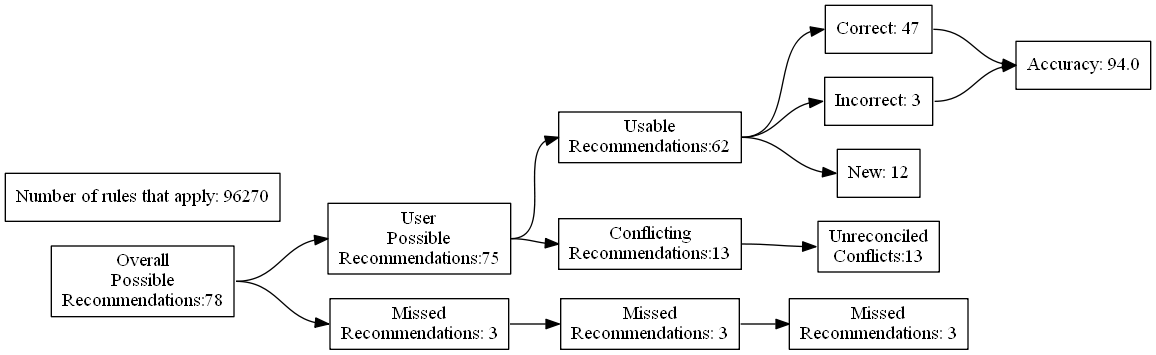
Above: test_renders/112.gv.png in ZaxR/ibd_diet_analysis (Graphviz), before the change. Its source is kept beside it as test_renders/112.gv.
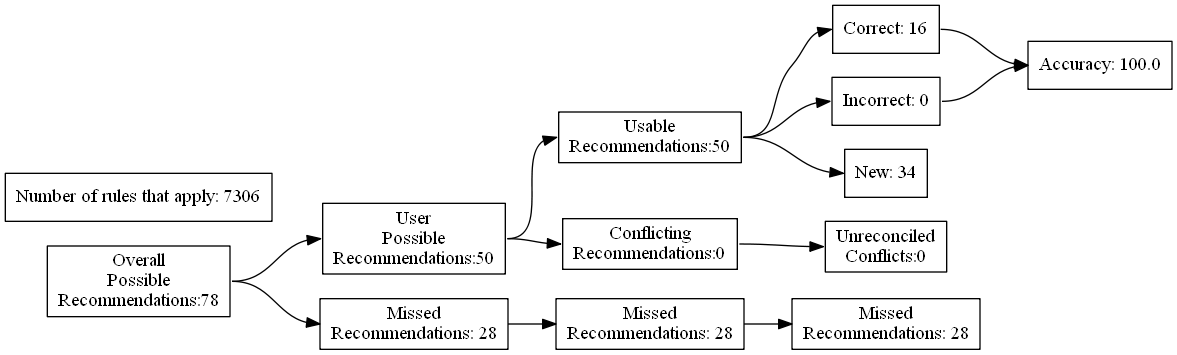
Later version of the same file.

Change to the diagram source:
```diff
@@ -7,24 +7,24 @@
 Recommendations:78"]
 		B [label="User
 Possible
-Recommendations:75"]
+Recommendations:50"]
 		C [label="Missed
-Recommendations: 3"]
+Recommendations: 28"]
 		D [label="Usable
-Recommendations:62"]
+Recommendations:50"]
 		E [label="Conflicting
-Recommendations:13"]
+Recommendations:0"]
 		J [label="Missed
-Recommendations: 3"]
+Recommendations: 28"]
 		M [label="Unreconciled
-Conflicts:13"]
-		F [label="Correct: 47"]
-		G [label="Incorrect: 3"]
-		H [label="New: 12"]
+Conflicts:0"]
+		F [label="Correct: 16"]
+		G [label="Incorrect: 0"]
+		H [label="New: 34"]
 		K [label="Missed
-Recommendations: 3"]
-		I [label="Accuracy: 94.0"]
-		l [label="Number of rules that apply: 96270"]
+Recommendations: 28"]
+		I [label="Accuracy: 100.0"]
+		l [label="Number of rules that apply: 7306"]
 			A -> B
 			A -> C
 			B -> D
```
